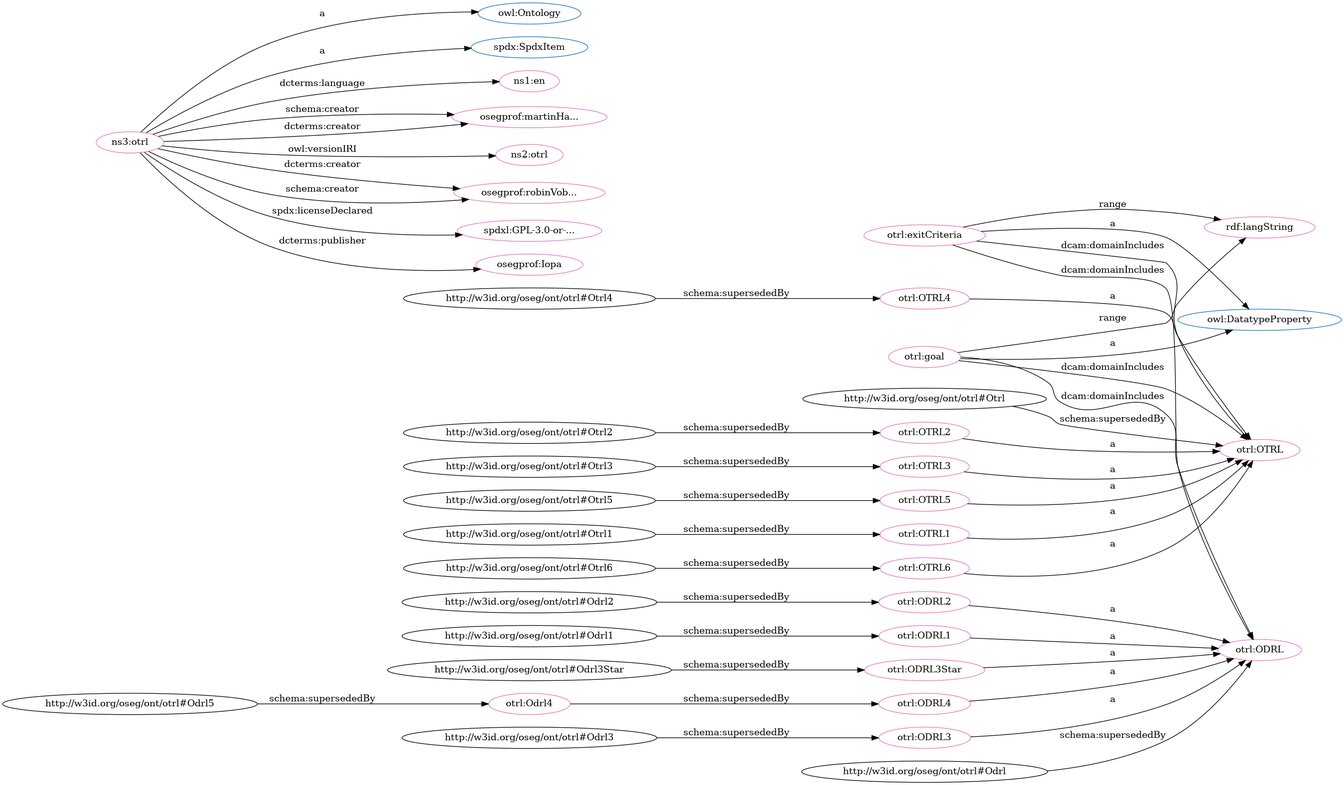
Before: src/spec/dot_otrl.png, a diagram exported from Graphviz (iop-alliance/OpenKnowHow). Its source is kept beside it as src/spec/dot_otrl.dot.
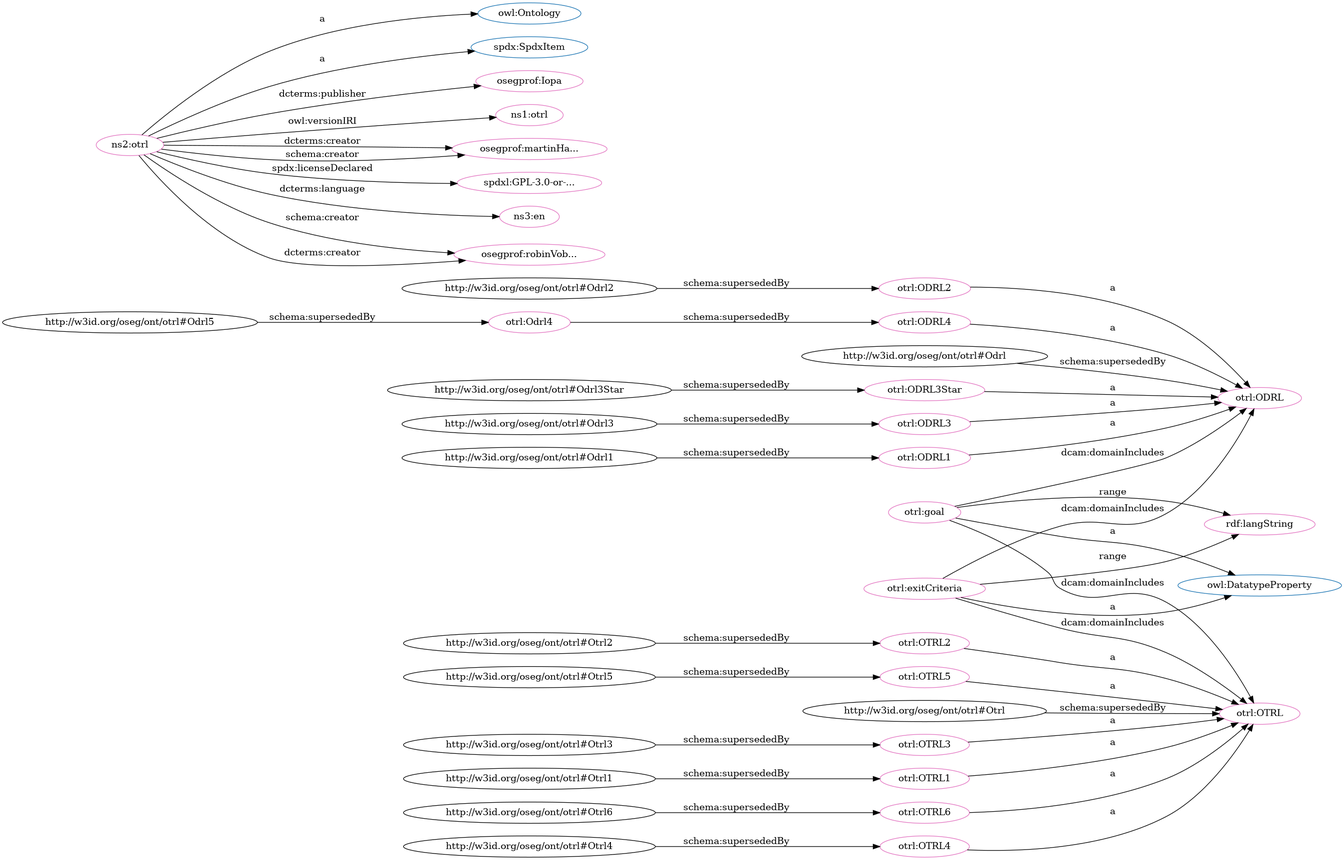
The same file after the commit.

What changed in the source:
```diff
@@ -1,76 +1,76 @@
 digraph G {
   rankdir=BT
   node[height=.3]
-"http://www.w3.org/2002/07/owl#DatatypeProperty" [fillcolor="#1f77b4" color="#1f77b4" label="owl:DatatypeProperty"]
+"http://w3id.org/oseg/ont/otrl#ODRL" [fillcolor="#1f77b4" color="#1f77b4" label="otrl:ODRL"]
 "http://www.w3.org/2002/07/owl#Ontology" [fillcolor="#1f77b4" color="#1f77b4" label="owl:Ontology"]
 "http://w3id.org/oseg/ont/otrl#OTRL" [fillcolor="#1f77b4" color="#1f77b4" label="otrl:OTRL"]
-"http://w3id.org/oseg/ont/otrl#ODRL" [fillcolor="#1f77b4" color="#1f77b4" label="otrl:ODRL"]
+"http://www.w3.org/2002/07/owl#DatatypeProperty" [fillcolor="#1f77b4" color="#1f77b4" label="owl:DatatypeProperty"]
 "http://spdx.org/rdf/terms#SpdxItem" [fillcolor="#1f77b4" color="#1f77b4" label="spdx:SpdxItem"]
+"http://w3id.org/oseg/ont/oseg-profiles#Iopa" [fillcolor="#e377c2" color="#e377c2" label="osegprof:Iopa"]
+"http://www.w3.org/1999/02/22-rdf-syntax-ns#langString" [fillcolor="#e377c2" color="#e377c2" label="rdf:langString"]
+"http://w3id.org/oseg/ont/otrl#Odrl4" [fillcolor="#e377c2" color="#e377c2" label="otrl:Odrl4"]
+"http://w3id.org/oseg/ont/otrl#OTRL4" [fillcolor="#e377c2" color="#e377c2" label="otrl:OTRL4"]
+"http://w3id.org/oseg/ont/1.1.0/otrl" [fillcolor="#e377c2" color="#e377c2" label="ns1:otrl"]
+"http://w3id.org/oseg/ont/otrl#OTRL3" [fillcolor="#e377c2" color="#e377c2" label="otrl:OTRL3"]
+"http://w3id.org/oseg/ont/oseg-profiles#martinHaeuer" [fillcolor="#e377c2" color="#e377c2" label="osegprof:martinHa..."]
+"http://w3id.org/oseg/ont/otrl#ODRL" [fillcolor="#e377c2" color="#e377c2" label="otrl:ODRL"]
+"http://w3id.org/oseg/ont/otrl" [fillcolor="#e377c2" color="#e377c2" label="ns2:otrl"]
+"http://w3id.org/oseg/ont/otrl#OTRL1" [fillcolor="#e377c2" color="#e377c2" label="otrl:OTRL1"]
+"http://spdx.org/licenses/GPL-3.0-or-later" [fillcolor="#e377c2" color="#e377c2" label="spdxl:GPL-3.0-or-..."]
+"http://id.loc.gov/vocabulary/iso639-1/en" [fillcolor="#e377c2" color="#e377c2" label="ns3:en"]
+"http://w3id.org/oseg/ont/otrl#ODRL3Star" [fillcolor="#e377c2" color="#e377c2" label="otrl:ODRL3Star"]
 "http://w3id.org/oseg/ont/otrl#OTRL6" [fillcolor="#e377c2" color="#e377c2" label="otrl:OTRL6"]
-"http://w3id.org/oseg/ont/otrl#ODRL" [fillcolor="#e377c2" color="#e377c2" label="otrl:ODRL"]
-"http://id.loc.gov/vocabulary/iso639-1/en" [fillcolor="#e377c2" color="#e377c2" label="ns1:en"]
-"http://w3id.org/oseg/ont/otrl#Odrl4" [fillcolor="#e377c2" color="#e377c2" label="otrl:Odrl4"]
-"http://w3id.org/oseg/ont/oseg-profiles#martinHaeuer" [fillcolor="#e377c2" color="#e377c2" label="osegprof:martinHa..."]
+"http://w3id.org/oseg/ont/otrl#ODRL3" [fillcolor="#e377c2" color="#e377c2" label="otrl:ODRL3"]
+"http://w3id.org/oseg/ont/otrl#ODRL1" [fillcolor="#e377c2" color="#e377c2" label="otrl:ODRL1"]
+"http://w3id.org/oseg/ont/otrl#OTRL" [fillcolor="#e377c2" color="#e377c2" label="otrl:OTRL"]
+"http://w3id.org/oseg/ont/otrl#ODRL2" [fillcolor="#e377c2" color="#e377c2" label="otrl:ODRL2"]
+"http://w3id.org/oseg/ont/otrl#ODRL4" [fillcolor="#e377c2" color="#e377c2" label="otrl:ODRL4"]
 "http://w3id.org/oseg/ont/otrl#OTRL2" [fillcolor="#e377c2" color="#e377c2" label="otrl:OTRL2"]
-"http://w3id.org/oseg/ont/otrl#OTRL1" [fillcolor="#e377c2" color="#e377c2" label="otrl:OTRL1"]
-"http://w3id.org/oseg/ont/otrl#ODRL2" [fillcolor="#e377c2" color="#e377c2" label="otrl:ODRL2"]
-"http://w3id.org/oseg/ont/otrl#ODRL1" [fillcolor="#e377c2" color="#e377c2" label="otrl:ODRL1"]
+"http://w3id.org/oseg/ont/otrl#goal" [fillcolor="#e377c2" color="#e377c2" label="otrl:goal"]
 "http://w3id.org/oseg/ont/otrl#OTRL5" [fillcolor="#e377c2" color="#e377c2" label="otrl:OTRL5"]
-"http://w3id.org/oseg/ont/otrl#ODRL3Star" [fillcolor="#e377c2" color="#e377c2" label="otrl:ODRL3Star"]
-"http://w3id.org/oseg/ont/otrl#OTRL" [fillcolor="#e377c2" color="#e377c2" label="otrl:OTRL"]
-"http://w3id.org/oseg/ont/otrl#ODRL4" [fillcolor="#e377c2" color="#e377c2" label="otrl:ODRL4"]
-"http://www.w3.org/1999/02/22-rdf-syntax-ns#langString" [fillcolor="#e377c2" color="#e377c2" label="rdf:langString"]
-"http://w3id.org/oseg/ont/1.1.0/otrl" [fillcolor="#e377c2" color="#e377c2" label="ns2:otrl"]
+"http://w3id.org/oseg/ont/oseg-profiles#robinVobruba" [fillcolor="#e377c2" color="#e377c2" label="osegprof:robinVob..."]
 "http://w3id.org/oseg/ont/otrl#exitCriteria" [fillcolor="#e377c2" color="#e377c2" label="otrl:exitCriteria"]
-"http://w3id.org/oseg/ont/oseg-profiles#robinVobruba" [fillcolor="#e377c2" color="#e377c2" label="osegprof:robinVob..."]
-"http://spdx.org/licenses/GPL-3.0-or-later" [fillcolor="#e377c2" color="#e377c2" label="spdxl:GPL-3.0-or-..."]
-"http://w3id.org/oseg/ont/otrl" [fillcolor="#e377c2" color="#e377c2" label="ns3:otrl"]
-"http://w3id.org/oseg/ont/otrl#OTRL4" [fillcolor="#e377c2" color="#e377c2" label="otrl:OTRL4"]
-"http://w3id.org/oseg/ont/otrl#OTRL3" [fillcolor="#e377c2" color="#e377c2" label="otrl:OTRL3"]
-"http://w3id.org/oseg/ont/oseg-profiles#Iopa" [fillcolor="#e377c2" color="#e377c2" label="osegprof:Iopa"]
-"http://w3id.org/oseg/ont/otrl#ODRL3" [fillcolor="#e377c2" color="#e377c2" label="otrl:ODRL3"]
-"http://w3id.org/oseg/ont/otrl#goal" [fillcolor="#e377c2" color="#e377c2" label="otrl:goal"]
+  "http://w3id.org/oseg/ont/otrl#exitCriteria" -> "http://www.w3.org/1999/02/22-rdf-syntax-ns#langString" [label="range"]
+  "http://w3id.org/oseg/ont/otrl" -> "http://w3id.org/oseg/ont/oseg-profiles#Iopa" [label="dcterms:publisher"]
+  "http://w3id.org/oseg/ont/otrl#Odrl5" -> "http://w3id.org/oseg/ont/otrl#Odrl4" [label="schema:supersededBy"]
+  "http://w3id.org/oseg/ont/otrl#OTRL4" -> "http://w3id.org/oseg/ont/otrl#OTRL" [label="a"]
+  "http://w3id.org/oseg/ont/otrl" -> "http://w3id.org/oseg/ont/1.1.0/otrl" [label="owl:versionIRI"]
+  "http://w3id.org/oseg/ont/otrl#Otrl3" -> "http://w3id.org/oseg/ont/otrl#OTRL3" [label="schema:supersededBy"]
+  "http://w3id.org/oseg/ont/otrl" -> "http://w3id.org/oseg/ont/oseg-profiles#martinHaeuer" [label="dcterms:creator"]
+  "http://w3id.org/oseg/ont/otrl#exitCriteria" -> "http://w3id.org/oseg/ont/otrl#ODRL" [label="dcam:domainIncludes"]
+  "http://w3id.org/oseg/ont/otrl" -> "http://www.w3.org/2002/07/owl#Ontology" [label="a"]
+  "http://w3id.org/oseg/ont/otrl#Otrl1" -> "http://w3id.org/oseg/ont/otrl#OTRL1" [label="schema:supersededBy"]
+  "http://w3id.org/oseg/ont/otrl" -> "http://w3id.org/oseg/ont/oseg-profiles#martinHaeuer" [label="schema:creator"]
+  "http://w3id.org/oseg/ont/otrl" -> "http://spdx.org/licenses/GPL-3.0-or-later" [label="spdx:licenseDeclared"]
+  "http://w3id.org/oseg/ont/otrl" -> "http://id.loc.gov/vocabulary/iso639-1/en" [label="dcterms:language"]
+  "http://w3id.org/oseg/ont/otrl#ODRL3Star" -> "http://w3id.org/oseg/ont/otrl#ODRL" [label="a"]
+  "http://w3id.org/oseg/ont/otrl#Otrl6" -> "http://w3id.org/oseg/ont/otrl#OTRL6" [label="schema:supersededBy"]
+  "http://w3id.org/oseg/ont/otrl#Odrl3" -> "http://w3id.org/oseg/ont/otrl#ODRL3" [label="schema:supersededBy"]
+  "http://w3id.org/oseg/ont/otrl#ODRL1" -> "http://w3id.org/oseg/ont/otrl#ODRL" [label="a"]
+  "http://w3id.org/oseg/ont/otrl#goal" -> "http://w3id.org/oseg/ont/otrl#OTRL" [label="dcam:domainIncludes"]
+  "http://w3id.org/oseg/ont/otrl#Odrl2" -> "http://w3id.org/oseg/ont/otrl#ODRL2" [label="schema:supersededBy"]
+  "http://w3id.org/oseg/ont/otrl#OTRL1" -> "http://w3id.org/oseg/ont/otrl#OTRL" [label="a"]
+  "http://w3id.org/oseg/ont/otrl#Odrl4" -> "http://w3id.org/oseg/ont/otrl#ODRL4" [label="schema:supersededBy"]
+  "http://w3id.org/oseg/ont/otrl#ODRL4" -> "http://w3id.org/oseg/ont/otrl#ODRL" [label="a"]
+  "http://w3id.org/oseg/ont/otrl#OTRL2" -> "http://w3id.org/oseg/ont/otrl#OTRL" [label="a"]
+  "http://w3id.org/oseg/ont/otrl#goal" -> "http://www.w3.org/2002/07/owl#DatatypeProperty" [label="a"]
+  "http://w3id.org/oseg/ont/otrl#Otrl4" -> "http://w3id.org/oseg/ont/otrl#OTRL4" [label="schema:supersededBy"]
+  "http://w3id.org/oseg/ont/otrl#Otrl" -> "http://w3id.org/oseg/ont/otrl#OTRL" [label="schema:supersededBy"]
+  "http://w3id.org/oseg/ont/otrl#Otrl2" -> "http://w3id.org/oseg/ont/otrl#OTRL2" [label="schema:supersededBy"]
+  "http://w3id.org/oseg/ont/otrl#ODRL2" -> "http://w3id.org/oseg/ont/otrl#ODRL" [label="a"]
+  "http://w3id.org/oseg/ont/otrl#ODRL3" -> "http://w3id.org/oseg/ont/otrl#ODRL" [label="a"]
+  "http://w3id.org/oseg/ont/otrl#goal" -> "http://w3id.org/oseg/ont/otrl#ODRL" [label="dcam:domainIncludes"]
+  "http://w3id.org/oseg/ont/otrl#OTRL3" -> "http://w3id.org/oseg/ont/otrl#OTRL" [label="a"]
+  "http://w3id.org/oseg/ont/otrl#Odrl1" -> "http://w3id.org/oseg/ont/otrl#ODRL1" [label="schema:supersededBy"]
+  "http://w3id.org/oseg/ont/otrl#Otrl5" -> "http://w3id.org/oseg/ont/otrl#OTRL5" [label="schema:supersededBy"]
+  "http://w3id.org/oseg/ont/otrl" -> "http://w3id.org/oseg/ont/oseg-profiles#robinVobruba" [label="schema:creator"]
+  "http://w3id.org/oseg/ont/otrl#Odrl3Star" -> "http://w3id.org/oseg/ont/otrl#ODRL3Star" [label="schema:supersededBy"]
+  "http://w3id.org/oseg/ont/otrl#exitCriteria" -> "http://w3id.org/oseg/ont/otrl#OTRL" [label="dcam:domainIncludes"]
+  "http://w3id.org/oseg/ont/otrl#Odrl" -> "http://w3id.org/oseg/ont/otrl#ODRL" [label="schema:supersededBy"]
   "http://w3id.org/oseg/ont/otrl#OTRL6" -> "http://w3id.org/oseg/ont/otrl#OTRL" [label="a"]
-  "http://w3id.org/oseg/ont/otrl#exitCriteria" -> "http://w3id.org/oseg/ont/otrl#ODRL" [label="dcam:domainIncludes"]
-  "http://w3id.org/oseg/ont/otrl" -> "http://id.loc.gov/vocabulary/iso639-1/en" [label="dcterms:language"]
-  "http://w3id.org/oseg/ont/otrl#Odrl5" -> "http://w3id.org/oseg/ont/otrl#Odrl4" [label="schema:supersededBy"]
-  "http://w3id.org/oseg/ont/otrl" -> "http://w3id.org/oseg/ont/oseg-profiles#martinHaeuer" [label="schema:creator"]
-  "http://w3id.org/oseg/ont/otrl#Otrl2" -> "http://w3id.org/oseg/ont/otrl#OTRL2" [label="schema:supersededBy"]
-  "http://w3id.org/oseg/ont/otrl#OTRL2" -> "http://w3id.org/oseg/ont/otrl#OTRL" [label="a"]
-  "http://w3id.org/oseg/ont/otrl#Otrl1" -> "http://w3id.org/oseg/ont/otrl#OTRL1" [label="schema:supersededBy"]
-  "http://w3id.org/oseg/ont/otrl#ODRL2" -> "http://w3id.org/oseg/ont/otrl#ODRL" [label="a"]
-  "http://w3id.org/oseg/ont/otrl#ODRL1" -> "http://w3id.org/oseg/ont/otrl#ODRL" [label="a"]
+  "http://w3id.org/oseg/ont/otrl#goal" -> "http://www.w3.org/1999/02/22-rdf-syntax-ns#langString" [label="range"]
+  "http://w3id.org/oseg/ont/otrl" -> "http://spdx.org/rdf/terms#SpdxItem" [label="a"]
+  "http://w3id.org/oseg/ont/otrl#exitCriteria" -> "http://www.w3.org/2002/07/owl#DatatypeProperty" [label="a"]
   "http://w3id.org/oseg/ont/otrl#OTRL5" -> "http://w3id.org/oseg/ont/otrl#OTRL" [label="a"]
-  "http://w3id.org/oseg/ont/otrl#Odrl3Star" -> "http://w3id.org/oseg/ont/otrl#ODRL3Star" [label="schema:supersededBy"]
-  "http://w3id.org/oseg/ont/otrl#Otrl" -> "http://w3id.org/oseg/ont/otrl#OTRL" [label="schema:supersededBy"]
-  "http://w3id.org/oseg/ont/otrl#ODRL4" -> "http://w3id.org/oseg/ont/otrl#ODRL" [label="a"]
-  "http://w3id.org/oseg/ont/otrl#exitCriteria" -> "http://www.w3.org/1999/02/22-rdf-syntax-ns#langString" [label="range"]
-  "http://w3id.org/oseg/ont/otrl" -> "http://w3id.org/oseg/ont/1.1.0/otrl" [label="owl:versionIRI"]
-  "http://w3id.org/oseg/ont/otrl#goal" -> "http://w3id.org/oseg/ont/otrl#OTRL" [label="dcam:domainIncludes"]
-  "http://w3id.org/oseg/ont/otrl#exitCriteria" -> "http://www.w3.org/2002/07/owl#DatatypeProperty" [label="a"]
-  "http://w3id.org/oseg/ont/otrl#Odrl2" -> "http://w3id.org/oseg/ont/otrl#ODRL2" [label="schema:supersededBy"]
   "http://w3id.org/oseg/ont/otrl" -> "http://w3id.org/oseg/ont/oseg-profiles#robinVobruba" [label="dcterms:creator"]
-  "http://w3id.org/oseg/ont/otrl#OTRL1" -> "http://w3id.org/oseg/ont/otrl#OTRL" [label="a"]
-  "http://w3id.org/oseg/ont/otrl" -> "http://spdx.org/licenses/GPL-3.0-or-later" [label="spdx:licenseDeclared"]
-  "http://w3id.org/oseg/ont/otrl" -> "http://spdx.org/rdf/terms#SpdxItem" [label="a"]
-  "http://w3id.org/oseg/ont/otrl#Otrl5" -> "http://w3id.org/oseg/ont/otrl#OTRL5" [label="schema:supersededBy"]
-  "http://w3id.org/oseg/ont/otrl#Odrl1" -> "http://w3id.org/oseg/ont/otrl#ODRL1" [label="schema:supersededBy"]
-  "http://w3id.org/oseg/ont/otrl#Otrl6" -> "http://w3id.org/oseg/ont/otrl#OTRL6" [label="schema:supersededBy"]
-  "http://w3id.org/oseg/ont/otrl#goal" -> "http://w3id.org/oseg/ont/otrl#ODRL" [label="dcam:domainIncludes"]
-  "http://w3id.org/oseg/ont/otrl#ODRL3Star" -> "http://w3id.org/oseg/ont/otrl#ODRL" [label="a"]
-  "http://w3id.org/oseg/ont/otrl#OTRL4" -> "http://w3id.org/oseg/ont/otrl#OTRL" [label="a"]
-  "http://w3id.org/oseg/ont/otrl" -> "http://w3id.org/oseg/ont/oseg-profiles#martinHaeuer" [label="dcterms:creator"]
-  "http://w3id.org/oseg/ont/otrl#Otrl3" -> "http://w3id.org/oseg/ont/otrl#OTRL3" [label="schema:supersededBy"]
-  "http://w3id.org/oseg/ont/otrl#Otrl4" -> "http://w3id.org/oseg/ont/otrl#OTRL4" [label="schema:supersededBy"]
-  "http://w3id.org/oseg/ont/otrl" -> "http://w3id.org/oseg/ont/oseg-profiles#Iopa" [label="dcterms:publisher"]
-  "http://w3id.org/oseg/ont/otrl#exitCriteria" -> "http://w3id.org/oseg/ont/otrl#OTRL" [label="dcam:domainIncludes"]
-  "http://w3id.org/oseg/ont/otrl#OTRL3" -> "http://w3id.org/oseg/ont/otrl#OTRL" [label="a"]
-  "http://w3id.org/oseg/ont/otrl#goal" -> "http://www.w3.org/1999/02/22-rdf-syntax-ns#langString" [label="range"]
-  "http://w3id.org/oseg/ont/otrl#Odrl" -> "http://w3id.org/oseg/ont/otrl#ODRL" [label="schema:supersededBy"]
-  "http://w3id.org/oseg/ont/otrl#Odrl4" -> "http://w3id.org/oseg/ont/otrl#ODRL4" [label="schema:supersededBy"]
-  "http://w3id.org/oseg/ont/otrl" -> "http://w3id.org/oseg/ont/oseg-profiles#robinVobruba" [label="schema:creator"]
-  "http://w3id.org/oseg/ont/otrl#Odrl3" -> "http://w3id.org/oseg/ont/otrl#ODRL3" [label="schema:supersededBy"]
-  "http://w3id.org/oseg/ont/otrl#goal" -> "http://www.w3.org/2002/07/owl#DatatypeProperty" [label="a"]
-  "http://w3id.org/oseg/ont/otrl" -> "http://www.w3.org/2002/07/owl#Ontology" [label="a"]
-  "http://w3id.org/oseg/ont/otrl#ODRL3" -> "http://w3id.org/oseg/ont/otrl#ODRL" [label="a"]
 }
```
